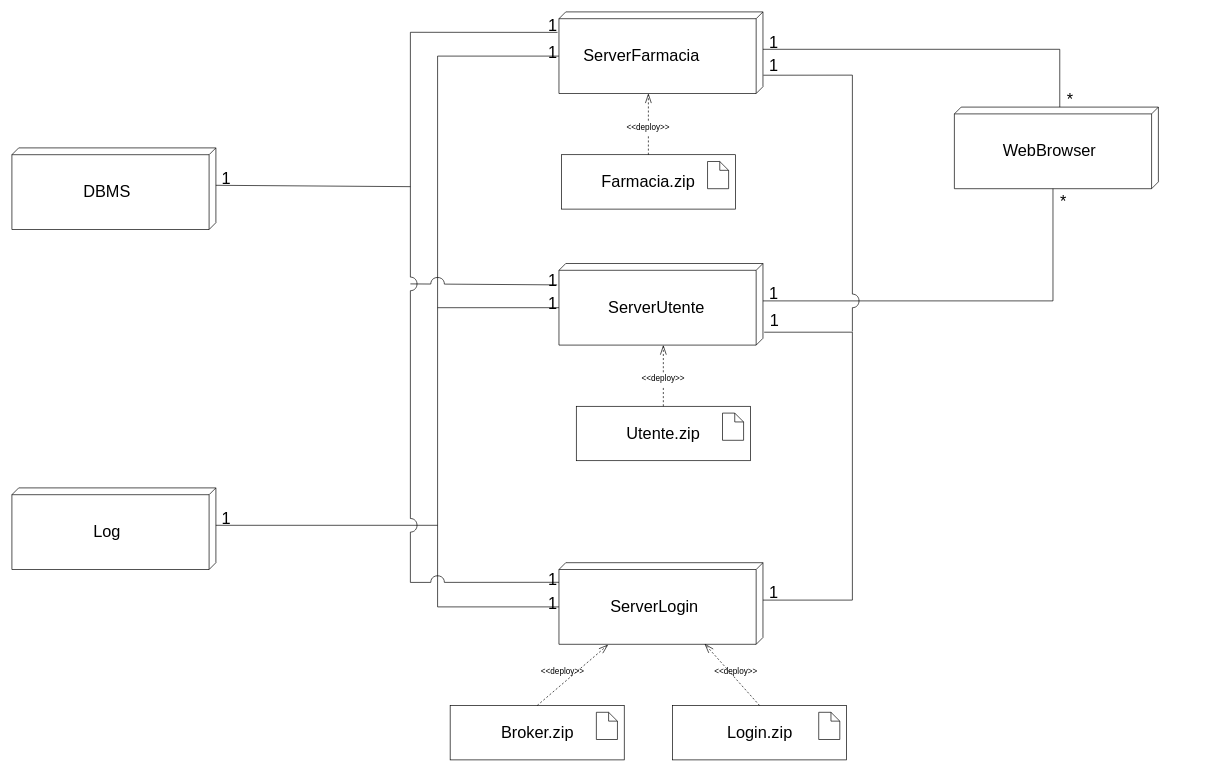
Before: page "Type-Level" (2 of 2) of drawio/Progettazione/Deployment.drawio in lnwor/farmabyte-doc, a draw.io diagram. Source tidied: cells renumbered, new cells numbered last; positions are measured from the earlier drawing's top-left corner, leaving out a move shared by most shapes. Both pictures are drawn from the tidied source at 68%, with x=0, y=0 at pixel (12, 12).
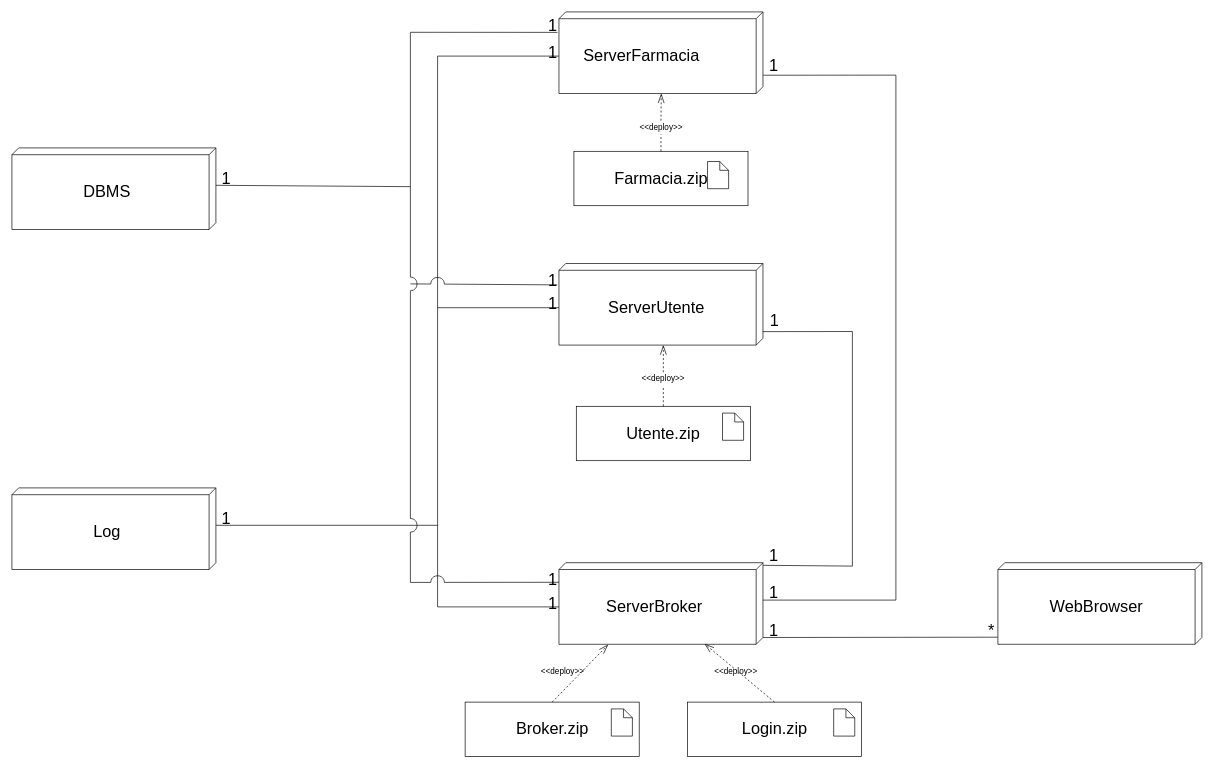
Above is the later version.

Commit message (it also covers changes not shown here):
aggiunti casi d'uso, modificato il deployment e l'include

The change refers to these unchanged cells:
```xml
<mxCell id="7" value="&lt;p style=&quot;line-height: 320%&quot;&gt;&lt;br&gt;&lt;/p&gt;" style="verticalAlign=top;align=center;spacingTop=8;spacingLeft=2;spacingRight=12;shape=cube;size=10;direction=south;fontStyle=4;html=1;rounded=0;shadow=0;comic=0;labelBackgroundColor=none;strokeWidth=1;fontFamily=Verdana;fontSize=12;" parent="1" vertex="1">
  <mxGeometry x="804.5" y="810" width="300" height="120" as="geometry" />
</mxCell>
<mxCell id="9" value="&lt;p style=&quot;line-height: 320%&quot;&gt;&lt;br&gt;&lt;/p&gt;" style="verticalAlign=top;align=center;spacingTop=8;spacingLeft=2;spacingRight=12;shape=cube;size=10;direction=south;fontStyle=4;html=1;rounded=0;shadow=0;comic=0;labelBackgroundColor=none;strokeWidth=1;fontFamily=Verdana;fontSize=12;" parent="1" vertex="1">
  <mxGeometry x="804.5" y="370" width="300" height="120" as="geometry" />
</mxCell>
<mxCell id="11" value="&lt;p style=&quot;line-height: 320%&quot;&gt;&lt;br&gt;&lt;/p&gt;" style="verticalAlign=top;align=center;spacingTop=8;spacingLeft=2;spacingRight=12;shape=cube;size=10;direction=south;fontStyle=4;html=1;rounded=0;shadow=0;comic=0;labelBackgroundColor=none;strokeWidth=1;fontFamily=Verdana;fontSize=12;" parent="1" vertex="1">
  <mxGeometry x="804.5" width="300" height="120" as="geometry" />
</mxCell>
```

The edit, as a diff of the source:
```diff
@@
     <mxCell id="2" value="&lt;font style=&quot;font-size: 24px&quot;&gt;Broker.zip&lt;/font&gt;" style="rounded=0;whiteSpace=wrap;html=1;" parent="1" vertex="1">
-      <mxGeometry x="644.5" y="1020" width="256" height="80" as="geometry" />
+      <mxGeometry x="666.5" y="1015" width="256" height="80" as="geometry" />
     </mxCell>
@@
     <mxCell id="4" style="shape=note;size=13;whiteSpace=wrap;html=1;strokeColor=#000000;fillColor=#FFFFFF;" parent="1" vertex="1">
-      <mxGeometry x="859.5" y="1030" width="31" height="40" as="geometry" />
+      <mxGeometry x="881.5" y="1025" width="31" height="40" as="geometry" />
     </mxCell>
@@
-    <mxCell id="8" value="&lt;span style=&quot;font-size: 17px&quot;&gt;&lt;span style=&quot;font-size: 24px&quot;&gt;ServerLogin&lt;/span&gt;&lt;/span&gt;" style="text;html=1;strokeColor=none;fillColor=none;align=center;verticalAlign=middle;whiteSpace=wrap;rounded=0;" parent="1" vertex="1">
+    <mxCell id="8" value="&lt;span style=&quot;font-size: 17px&quot;&gt;&lt;span style=&quot;font-size: 24px&quot;&gt;ServerBroker&lt;/span&gt;&lt;/span&gt;" style="text;html=1;strokeColor=none;fillColor=none;align=center;verticalAlign=middle;whiteSpace=wrap;rounded=0;" parent="1" vertex="1">
       <mxGeometry x="884.5" y="865" width="120" height="20" as="geometry" />
     </mxCell>
@@
     <mxCell id="13" value="&lt;font style=&quot;font-size: 24px&quot;&gt;Login.zip&lt;/font&gt;" style="rounded=0;whiteSpace=wrap;html=1;" parent="1" vertex="1">
-      <mxGeometry x="971.5" y="1020" width="256" height="80" as="geometry" />
+      <mxGeometry x="993.5" y="1015" width="256" height="80" as="geometry" />
     </mxCell>
@@
     <mxCell id="15" style="shape=note;size=13;whiteSpace=wrap;html=1;strokeColor=#000000;fillColor=#FFFFFF;" parent="1" vertex="1">
-      <mxGeometry x="1186.5" y="1030" width="31" height="40" as="geometry" />
+      <mxGeometry x="1208.5" y="1025" width="31" height="40" as="geometry" />
     </mxCell>
@@
     <mxCell id="18" value="&lt;p style=&quot;line-height: 320%&quot;&gt;&lt;br&gt;&lt;/p&gt;" style="verticalAlign=top;align=center;spacingTop=8;spacingLeft=2;spacingRight=12;shape=cube;size=10;direction=south;fontStyle=4;html=1;rounded=0;shadow=0;comic=0;labelBackgroundColor=none;strokeWidth=1;fontFamily=Verdana;fontSize=12;" parent="1" vertex="1">
-      <mxGeometry x="1386" y="140" width="300" height="120" as="geometry" />
+      <mxGeometry x="1450" y="810" width="300" height="120" as="geometry" />
     </mxCell>
     <mxCell id="19" value="&lt;span style=&quot;font-size: 17px&quot;&gt;&lt;span style=&quot;font-size: 24px&quot;&gt;WebBrowser&lt;/span&gt;&lt;/span&gt;" style="text;html=1;strokeColor=none;fillColor=none;align=center;verticalAlign=middle;whiteSpace=wrap;rounded=0;" parent="1" vertex="1">
-      <mxGeometry x="1466" y="195" width="120" height="20" as="geometry" />
+      <mxGeometry x="1535" y="865" width="120" height="20" as="geometry" />
     </mxCell>
@@
     <mxCell id="25" value="&lt;font style=&quot;font-size: 24px&quot;&gt;Farmacia.zip&lt;/font&gt;" style="rounded=0;whiteSpace=wrap;html=1;" parent="1" vertex="1">
-      <mxGeometry x="808" y="210" width="256" height="80" as="geometry" />
+      <mxGeometry x="826.5" y="205" width="256" height="80" as="geometry" />
     </mxCell>
-    <mxCell id="26" style="endArrow=openThin;html=1;entryX=0.5;entryY=1;entryDx=0;entryDy=0;exitX=0.5;exitY=0;exitDx=0;exitDy=0;dashed=1;startArrow=none;endFill=0;jumpSize=12;endSize=12;" parent="1" edge="1" source="27">
+    <mxCell id="26" style="endArrow=openThin;html=1;exitX=0.5;exitY=0;exitDx=0;exitDy=0;dashed=1;startArrow=none;endFill=0;jumpSize=12;endSize=12;" parent="1" edge="1" source="27">
       <mxGeometry relative="1" as="geometry">
-        <mxPoint x="936" y="120" as="targetPoint" />
+        <mxPoint x="955" y="120" as="targetPoint" />
       </mxGeometry>
     </mxCell>
     <mxCell id="27" value="&amp;lt;&amp;lt;deploy&amp;gt;&amp;gt;" style="text;html=1;strokeColor=none;fillColor=none;align=center;verticalAlign=middle;whiteSpace=wrap;rounded=0;" parent="1" vertex="1">
-      <mxGeometry x="916" y="160" width="40" height="20" as="geometry" />
+      <mxGeometry x="934.5" y="160" width="40" height="20" as="geometry" />
     </mxCell>
@@
-    <mxCell id="38" style="endArrow=none;html=1;entryX=0;entryY=0;entryDx=120.00000000000001;entryDy=155;entryPerimeter=0;exitX=0;exitY=0;exitDx=55.00000000000001;exitDy=0;exitPerimeter=0;rounded=0;endFill=0;" parent="1" edge="1" source="9" target="18">
-      <mxGeometry relative="1" as="geometry">
-        <Array as="points">
-          <mxPoint x="1531" y="425" />
-        </Array>
-      </mxGeometry>
-    </mxCell>
@@
-    <mxCell id="41" value="&lt;font style=&quot;font-size: 24px&quot;&gt;1&lt;/font&gt;" style="text;html=1;align=center;verticalAlign=middle;strokeColor=none;" parent="1" vertex="1">
-      <mxGeometry x="1104.5" y="405" width="30" height="20" as="geometry" />
-    </mxCell>
     <mxCell id="42" value="&lt;span style=&quot;font-size: 24px&quot;&gt;*&lt;/span&gt;" style="text;html=1;align=center;verticalAlign=middle;strokeColor=none;" parent="1" vertex="1">
-      <mxGeometry x="1536" y="270" width="20" height="20" as="geometry" />
+      <mxGeometry x="1430" y="900" width="20" height="20" as="geometry" />
     </mxCell>
-    <mxCell id="43" style="endArrow=none;html=1;entryX=0;entryY=0;entryDx=0;entryDy=145;entryPerimeter=0;exitX=0;exitY=0;exitDx=55;exitDy=0;exitPerimeter=0;rounded=0;endFill=0;" parent="1" edge="1" source="11" target="18">
-      <mxGeometry relative="1" as="geometry">
-        <Array as="points">
-          <mxPoint x="1541" y="55" />
-        </Array>
-      </mxGeometry>
-    </mxCell>
-    <mxCell id="44" value="&lt;span style=&quot;font-size: 24px&quot;&gt;*&lt;/span&gt;" style="text;html=1;align=center;verticalAlign=middle;strokeColor=none;" parent="1" vertex="1">
-      <mxGeometry x="1546" y="120" width="20" height="20" as="geometry" />
-    </mxCell>
-    <mxCell id="45" value="&lt;font style=&quot;font-size: 24px&quot;&gt;1&lt;/font&gt;" style="text;html=1;align=center;verticalAlign=middle;strokeColor=none;" parent="1" vertex="1">
-      <mxGeometry x="1104.5" y="35" width="30" height="20" as="geometry" />
-    </mxCell>
@@
     <mxCell id="47" value="&lt;font style=&quot;font-size: 24px&quot;&gt;1&lt;/font&gt;" style="text;html=1;align=center;verticalAlign=middle;strokeColor=none;" parent="1" vertex="1">
-      <mxGeometry x="1104.5" y="845" width="30" height="20" as="geometry" />
+      <mxGeometry x="1104.5" y="790" width="30" height="20" as="geometry" />
     </mxCell>
-    <mxCell id="48" style="endArrow=none;html=1;endSize=12;exitX=0;exitY=0;exitDx=55.00000000000001;exitDy=0;exitPerimeter=0;entryX=0.842;entryY=-0.006;entryDx=0;entryDy=0;entryPerimeter=0;rounded=0;endFill=0;" parent="1" edge="1" source="7" target="9">
+    <mxCell id="48" style="endArrow=none;html=1;endSize=12;entryX=0.835;entryY=0.001;entryDx=0;entryDy=0;entryPerimeter=0;rounded=0;endFill=0;exitX=0.032;exitY=-0.001;exitDx=0;exitDy=0;exitPerimeter=0;" parent="1" edge="1" source="7" target="9">
       <mxGeometry relative="1" as="geometry">
         <Array as="points">
-          <mxPoint x="1236" y="865" />
-          <mxPoint x="1236" y="471" />
+          <mxPoint x="1236" y="815" />
+          <mxPoint x="1236" y="470" />
         </Array>
       </mxGeometry>
     </mxCell>
-    <mxCell id="49" style="endArrow=none;html=1;endSize=12;entryX=0.776;entryY=-0.002;entryDx=0;entryDy=0;entryPerimeter=0;rounded=0;endFill=0;jumpStyle=arc;jumpSize=20;" parent="1" edge="1" target="11">
+    <mxCell id="49" style="endArrow=none;html=1;endSize=12;entryX=0.776;entryY=-0.002;entryDx=0;entryDy=0;entryPerimeter=0;rounded=0;endFill=0;jumpStyle=arc;jumpSize=20;exitX=0;exitY=0;exitDx=55;exitDy=0;exitPerimeter=0;" parent="1" edge="1" source="7" target="11">
       <mxGeometry relative="1" as="geometry">
-        <mxPoint x="1236" y="470" as="sourcePoint" />
         <Array as="points">
-          <mxPoint x="1236" y="93" />
+          <mxPoint x="1300" y="865" />
+          <mxPoint x="1300" y="93" />
         </Array>
       </mxGeometry>
     </mxCell>
@@
+    <mxCell id="57" value="&lt;font style=&quot;font-size: 24px&quot;&gt;1&lt;/font&gt;" style="text;html=1;align=center;verticalAlign=middle;strokeColor=none;" parent="1" vertex="1">
+      <mxGeometry x="1104.5" y="900" width="30" height="20" as="geometry" />
+    </mxCell>
+    <mxCell id="58" style="endArrow=none;html=1;exitX=0;exitY=0;exitDx=110;exitDy=0;exitPerimeter=0;entryX=0.913;entryY=1.001;entryDx=0;entryDy=0;entryPerimeter=0;" parent="1" edge="1" source="7" target="18">
+      <mxGeometry relative="1" as="geometry" />
+    </mxCell>
+    <mxCell id="59" value="&lt;font style=&quot;font-size: 24px&quot;&gt;1&lt;/font&gt;" style="text;html=1;align=center;verticalAlign=middle;strokeColor=none;" parent="1" vertex="1">
+      <mxGeometry x="1104.5" y="845" width="30" height="20" as="geometry" />
+    </mxCell>
```
